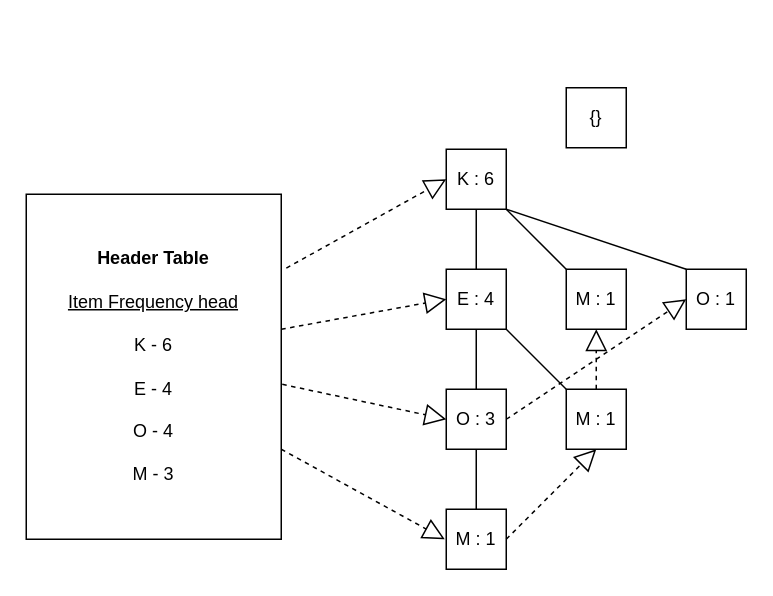
Earlier version of the draw.io diagram Untitled Diagram.drawio (subha9542/Datamining). Source tidied: cells renumbered, new cells numbered last; positions are measured from the earlier drawing's top-left corner, leaving out a move shared by most shapes. Both pictures are drawn from the tidied source at 150%, with x=0, y=0 at pixel (26, 87).
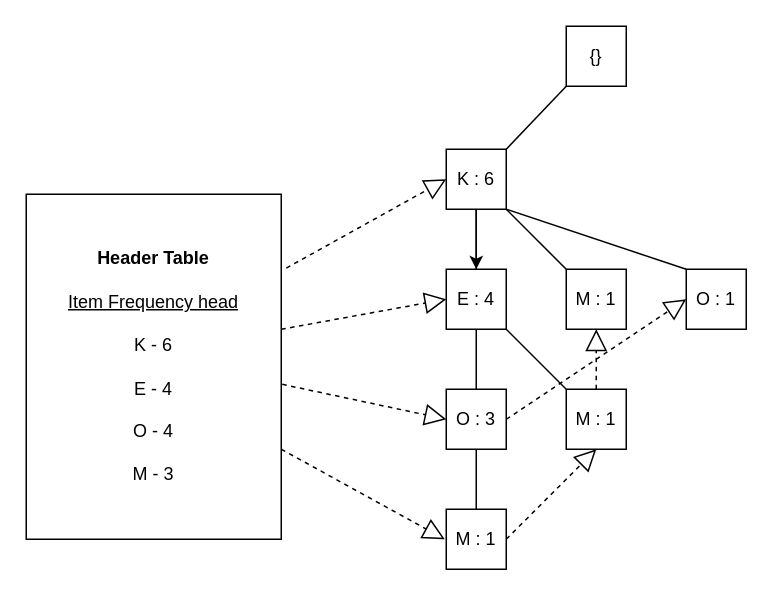
Above is the later version.

Unchanged cells that the change refers to:
```xml
<mxCell id="4" value="K : 6" style="whiteSpace=wrap;html=1;" parent="1" vertex="1">
  <mxGeometry x="280" y="41" width="40" height="40" as="geometry" />
</mxCell>
<mxCell id="5" value="E : 4" style="whiteSpace=wrap;html=1;" parent="1" vertex="1">
  <mxGeometry x="280" y="121" width="40" height="40" as="geometry" />
</mxCell>
```

The edit, as a diff of the source:
```diff
@@
     <mxCell id="3" value="{}" style="whiteSpace=wrap;html=1;" parent="1" vertex="1">
-      <mxGeometry x="360" width="40" height="40" as="geometry" />
+      <mxGeometry x="360" y="-41" width="40" height="40" as="geometry" />
     </mxCell>
+    <mxCell id="24" style="edgeStyle=orthogonalEdgeStyle;rounded=0;jettySize=auto;html=1;" parent="1" edge="1" source="4" target="5">
+      <mxGeometry relative="1" as="geometry" />
+    </mxCell>
@@
+    <mxCell id="25" style="endArrow=none;html=1;entryX=0;entryY=1;entryDx=0;entryDy=0;" parent="1" edge="1" target="3">
+      <mxGeometry relative="1" as="geometry">
+        <mxPoint x="320" y="41" as="sourcePoint" />
+      </mxGeometry>
+    </mxCell>
```
